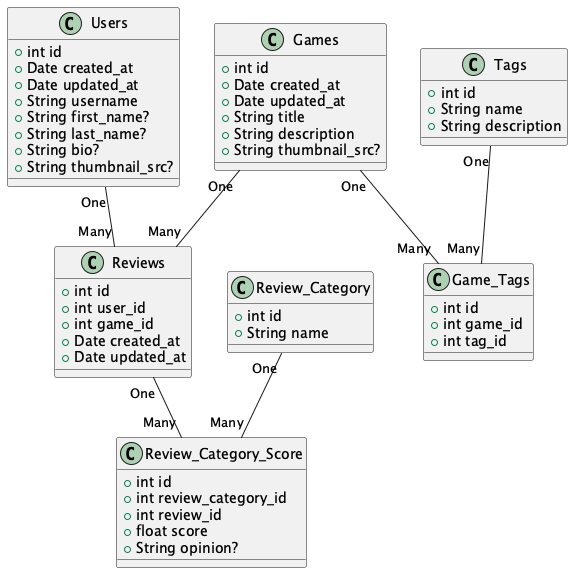
The PlantUML diagram docs/database.png in CharlesB8/GameReviewApp, before a commit.
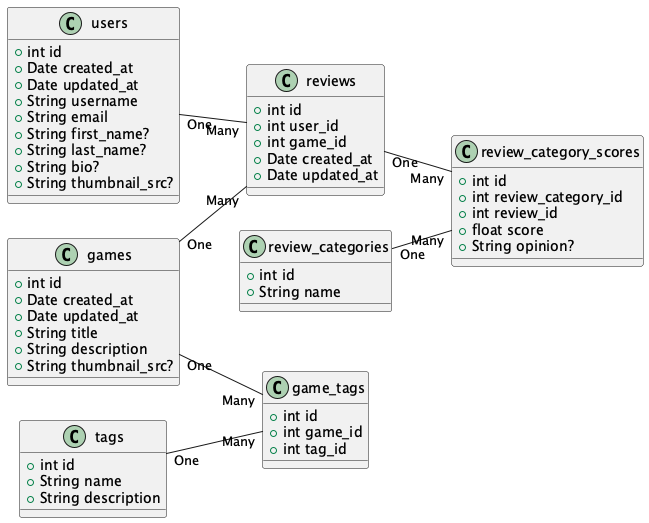
Above is the later version.

Commit message:
update scheme to match tables more accurately

What changed in the source:
```diff
@@ -1,16 +1,19 @@
 @startuml
-class Users {
+left to right direction
+
+class users {
   +int id
   +Date created_at
   +Date updated_at
   +String username
+  +String email
   +String first_name?
   +String last_name?
   +String bio?
   +String thumbnail_src?
 }
 
-class Games {
+class games {
   +int id
   +Date created_at
   +Date updated_at
@@ -19,19 +22,19 @@
   +String thumbnail_src?
 }
 
-class Game_Tags {
+class game_tags {
   +int id
   +int game_id
   +int tag_id
 }
 
-class Tags {
+class tags {
   +int id
   +String name
   +String description
 }
 
-class Reviews {
+class reviews {
   +int id
   +int user_id
   +int game_id
@@ -39,12 +42,12 @@
   +Date updated_at
 }
 
-class Review_Category {
+class review_categories {
   +int id
   +String name
 }
 
-class Review_Category_Score {
+class review_category_scores {
   +int id
   +int review_category_id
   +int review_id
@@ -52,10 +55,10 @@
   +String opinion?
 }
 
-Users "One" -- "Many" Reviews
-Reviews "One" -- "Many" Review_Category_Score
-Review_Category "One" -- "Many" Review_Category_Score
-Games "One"  -- "Many" Reviews
-Games "One" -- "Many" Game_Tags
-Tags "One" -- "Many" Game_Tags
+users "One" -- "Many" reviews
+reviews "One" -- "Many" review_category_scores
+review_categories "One" -- "Many" review_category_scores
+games "One"  -- "Many" reviews
+games "One" -- "Many" game_tags
+tags "One" -- "Many" game_tags
 @enduml
```
